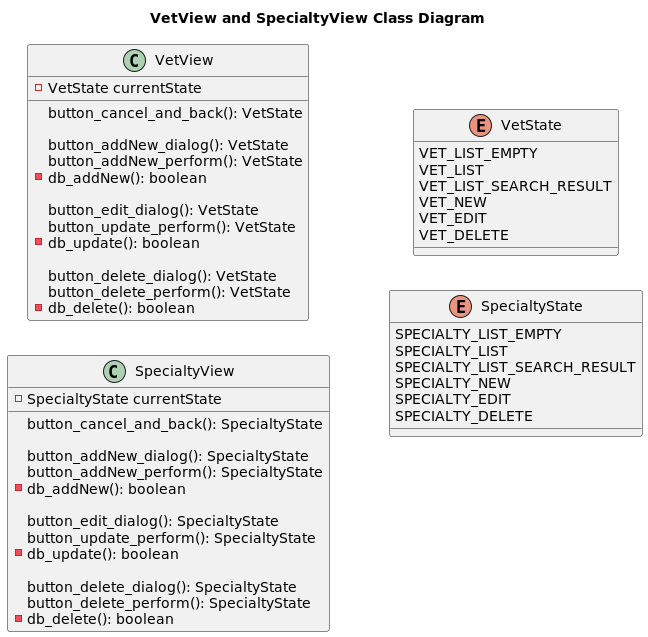
Above: src/main/webapp/img/View__Class-VetView_and_SpecialtyView_Class_Diagram.png in Jakarta-EE-Petclinic/petclinic-jakartaee (PlantUML), before the change.
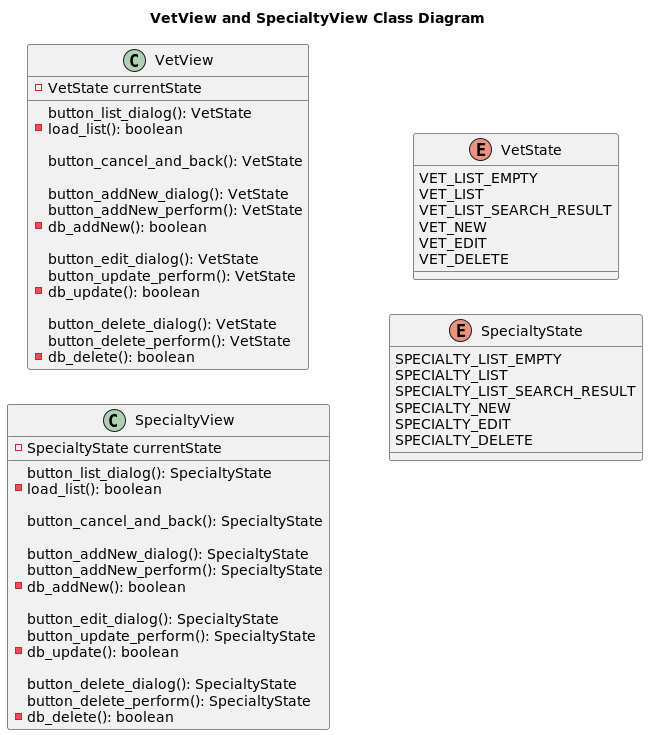
The same file after the commit.

Change to the diagram source:
```diff
@@ -8,6 +8,9 @@
 class VetView {
 
     - VetState currentState
+
+    button_list_dialog(): VetState
+    - load_list(): boolean
 
     button_cancel_and_back(): VetState
 
@@ -27,6 +30,9 @@
 class SpecialtyView {
 
     - SpecialtyState currentState
+
+    button_list_dialog(): SpecialtyState
+    - load_list(): boolean
 
     button_cancel_and_back(): SpecialtyState
 
```
